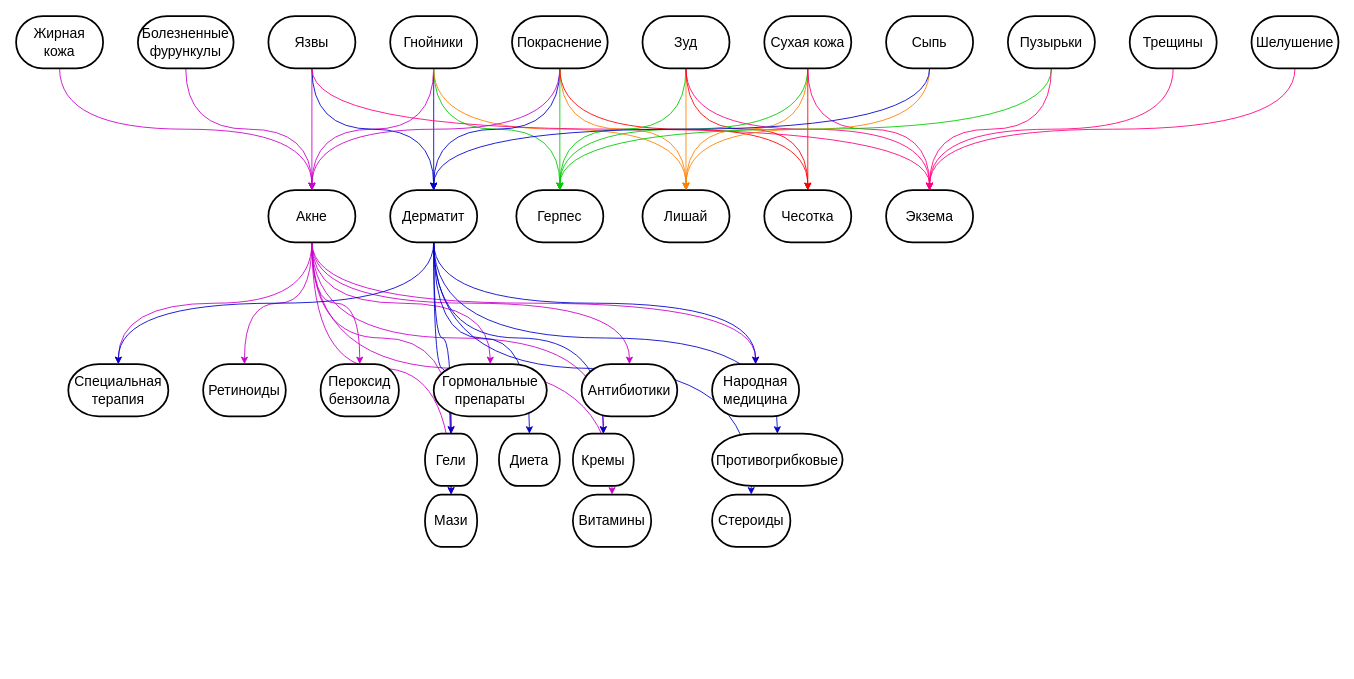
The draw.io diagram DZ2.drawio in DMfananddu/DSM, before the edit. Source tidied: cells renumbered, new cells numbered last; positions are measured from the earlier drawing's top-left corner, leaving out a move shared by most shapes. Both pictures are drawn from the tidied source at 87%, with x=0, y=0 at pixel (16, 16).
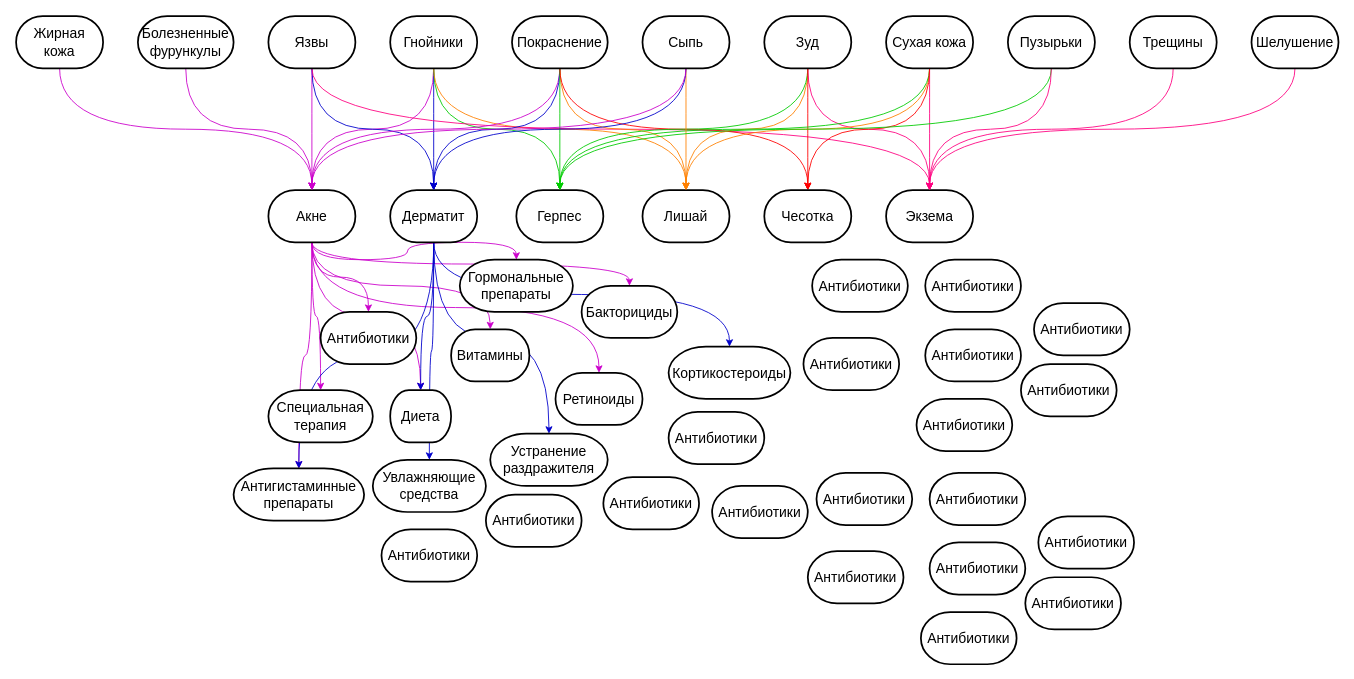
The same page after the edit.

The change refers to these unchanged cells:
```xml
<mxCell id="13" value="Акне" style="strokeWidth=2;html=1;shape=mxgraph.flowchart.terminator;whiteSpace=wrap;fontSize=16;" parent="1" vertex="1">
  <mxGeometry x="290" y="200" width="100" height="60" as="geometry" />
</mxCell>
<mxCell id="22" value="Дерматит" style="strokeWidth=2;html=1;shape=mxgraph.flowchart.terminator;whiteSpace=wrap;fontSize=16;" parent="1" vertex="1">
  <mxGeometry x="430" y="200" width="100" height="60" as="geometry" />
</mxCell>
```

Change to the diagram source:
```diff
@@
+    <mxCell id="78" style="edgeStyle=orthogonalEdgeStyle;curved=1;rounded=0;jettySize=auto;html=1;exitX=0.5;exitY=1;exitDx=0;exitDy=0;exitPerimeter=0;entryX=0.5;entryY=0;entryDx=0;entryDy=0;entryPerimeter=0;strokeColor=#CC00CC;" parent="1" edge="1" source="13" target="87">
+      <mxGeometry relative="1" as="geometry" />
+    </mxCell>
-    <mxCell id="3" style="edgeStyle=orthogonalEdgeStyle;rounded=0;jettySize=auto;html=1;exitX=0.5;exitY=1;exitDx=0;exitDy=0;exitPerimeter=0;entryX=0.5;entryY=0;entryDx=0;entryDy=0;entryPerimeter=0;strokeColor=#CC00CC;curved=1;" parent="1" edge="1" source="13" target="69">
+    <mxCell id="3" style="edgeStyle=orthogonalEdgeStyle;curved=1;rounded=0;jettySize=auto;html=1;exitX=0.5;exitY=1;exitDx=0;exitDy=0;exitPerimeter=0;entryX=0.5;entryY=0;entryDx=0;entryDy=0;entryPerimeter=0;strokeColor=#CC00CC;" parent="1" edge="1" source="13" target="69">
       <mxGeometry relative="1" as="geometry" />
     </mxCell>
+    <mxCell id="6" style="edgeStyle=orthogonalEdgeStyle;curved=1;rounded=0;jettySize=auto;html=1;exitX=0.5;exitY=1;exitDx=0;exitDy=0;exitPerimeter=0;entryX=0.5;entryY=0;entryDx=0;entryDy=0;entryPerimeter=0;strokeColor=#CC00CC;" parent="1" edge="1" source="13" target="67">
+      <mxGeometry relative="1" as="geometry" />
+    </mxCell>
+    <mxCell id="12" style="edgeStyle=orthogonalEdgeStyle;curved=1;rounded=0;jettySize=auto;html=1;exitX=0.5;exitY=1;exitDx=0;exitDy=0;exitPerimeter=0;entryX=0.5;entryY=0;entryDx=0;entryDy=0;entryPerimeter=0;strokeColor=#CC00CC;" parent="1" edge="1" source="13" target="73">
+      <mxGeometry relative="1" as="geometry" />
+    </mxCell>
+    <mxCell id="79" style="edgeStyle=orthogonalEdgeStyle;curved=1;rounded=0;jettySize=auto;html=1;exitX=0.5;exitY=1;exitDx=0;exitDy=0;exitPerimeter=0;entryX=0.5;entryY=0;entryDx=0;entryDy=0;entryPerimeter=0;strokeColor=#CC00CC;" parent="1" edge="1" source="13" target="93">
+      <mxGeometry relative="1" as="geometry" />
+    </mxCell>
@@
-    <mxCell id="5" style="edgeStyle=orthogonalEdgeStyle;curved=1;rounded=0;jettySize=auto;html=1;exitX=0.5;exitY=1;exitDx=0;exitDy=0;exitPerimeter=0;entryX=0.5;entryY=0;entryDx=0;entryDy=0;entryPerimeter=0;strokeColor=#CC00CC;" parent="1" edge="1" source="13" target="74">
-      <mxGeometry relative="1" as="geometry" />
-    </mxCell>
-    <mxCell id="6" style="edgeStyle=orthogonalEdgeStyle;curved=1;rounded=0;jettySize=auto;html=1;exitX=0.5;exitY=1;exitDx=0;exitDy=0;exitPerimeter=0;entryX=0.5;entryY=0;entryDx=0;entryDy=0;entryPerimeter=0;strokeColor=#CC00CC;" parent="1" edge="1" source="13" target="67">
-      <mxGeometry relative="1" as="geometry" />
-    </mxCell>
-    <mxCell id="7" style="edgeStyle=orthogonalEdgeStyle;curved=1;rounded=0;jettySize=auto;html=1;exitX=0.5;exitY=1;exitDx=0;exitDy=0;exitPerimeter=0;entryX=0.5;entryY=0;entryDx=0;entryDy=0;entryPerimeter=0;strokeColor=#CC00CC;" parent="1" edge="1" source="13" target="66">
-      <mxGeometry relative="1" as="geometry" />
-    </mxCell>
-    <mxCell id="8" style="edgeStyle=orthogonalEdgeStyle;curved=1;rounded=0;jettySize=auto;html=1;exitX=0.5;exitY=1;exitDx=0;exitDy=0;exitPerimeter=0;entryX=0.5;entryY=0;entryDx=0;entryDy=0;entryPerimeter=0;strokeColor=#CC00CC;" parent="1" edge="1" source="13" target="65">
-      <mxGeometry relative="1" as="geometry" />
-    </mxCell>
-    <mxCell id="9" style="edgeStyle=orthogonalEdgeStyle;curved=1;rounded=0;jettySize=auto;html=1;exitX=0.5;exitY=1;exitDx=0;exitDy=0;exitPerimeter=0;entryX=0.5;entryY=0;entryDx=0;entryDy=0;entryPerimeter=0;strokeColor=#CC00CC;" parent="1" edge="1" source="13" target="72">
-      <mxGeometry relative="1" as="geometry" />
-    </mxCell>
-    <mxCell id="10" style="edgeStyle=orthogonalEdgeStyle;curved=1;rounded=0;jettySize=auto;html=1;exitX=0.5;exitY=1;exitDx=0;exitDy=0;exitPerimeter=0;entryX=0.5;entryY=0;entryDx=0;entryDy=0;entryPerimeter=0;strokeColor=#CC00CC;" parent="1" edge="1" source="13" target="70">
-      <mxGeometry relative="1" as="geometry" />
-    </mxCell>
-    <mxCell id="11" style="edgeStyle=orthogonalEdgeStyle;curved=1;rounded=0;jettySize=auto;html=1;exitX=0.5;exitY=1;exitDx=0;exitDy=0;exitPerimeter=0;entryX=0.5;entryY=0;entryDx=0;entryDy=0;entryPerimeter=0;strokeColor=#CC00CC;" parent="1" edge="1" source="13" target="71">
-      <mxGeometry relative="1" as="geometry" />
-    </mxCell>
-    <mxCell id="12" style="edgeStyle=orthogonalEdgeStyle;curved=1;rounded=0;jettySize=auto;html=1;exitX=0.5;exitY=1;exitDx=0;exitDy=0;exitPerimeter=0;entryX=0.5;entryY=0;entryDx=0;entryDy=0;entryPerimeter=0;strokeColor=#CC00CC;" parent="1" edge="1" source="13" target="73">
-      <mxGeometry relative="1" as="geometry" />
-    </mxCell>
+    <mxCell id="80" style="edgeStyle=orthogonalEdgeStyle;curved=1;rounded=0;jettySize=auto;html=1;exitX=0.5;exitY=1;exitDx=0;exitDy=0;exitPerimeter=0;entryX=0.5;entryY=0;entryDx=0;entryDy=0;entryPerimeter=0;strokeColor=#CC00CC;" parent="1" edge="1" source="13" target="77">
+      <mxGeometry relative="1" as="geometry" />
+    </mxCell>
+    <mxCell id="81" style="edgeStyle=orthogonalEdgeStyle;curved=1;rounded=0;jettySize=auto;html=1;exitX=0.5;exitY=1;exitDx=0;exitDy=0;exitPerimeter=0;entryX=0.5;entryY=0;entryDx=0;entryDy=0;entryPerimeter=0;strokeColor=#CC00CC;" parent="1" edge="1" source="13" target="88">
+      <mxGeometry relative="1" as="geometry" />
+    </mxCell>
@@
-    <mxCell id="14" style="edgeStyle=orthogonalEdgeStyle;curved=1;rounded=0;jettySize=auto;html=1;exitX=0.5;exitY=1;exitDx=0;exitDy=0;exitPerimeter=0;entryX=0.5;entryY=0;entryDx=0;entryDy=0;entryPerimeter=0;strokeColor=#0000CC;" parent="1" edge="1" source="22" target="70">
-      <mxGeometry relative="1" as="geometry" />
-    </mxCell>
-    <mxCell id="15" style="edgeStyle=orthogonalEdgeStyle;curved=1;rounded=0;jettySize=auto;html=1;exitX=0.5;exitY=1;exitDx=0;exitDy=0;exitPerimeter=0;entryX=0.5;entryY=0;entryDx=0;entryDy=0;entryPerimeter=0;strokeColor=#0000CC;" parent="1" edge="1" source="22" target="65">
-      <mxGeometry relative="1" as="geometry" />
-    </mxCell>
-    <mxCell id="16" style="edgeStyle=orthogonalEdgeStyle;curved=1;rounded=0;jettySize=auto;html=1;exitX=0.5;exitY=1;exitDx=0;exitDy=0;exitPerimeter=0;entryX=0.5;entryY=0;entryDx=0;entryDy=0;entryPerimeter=0;strokeColor=#0000CC;" parent="1" edge="1" source="22" target="71">
-      <mxGeometry relative="1" as="geometry" />
-    </mxCell>
-    <mxCell id="17" style="edgeStyle=orthogonalEdgeStyle;curved=1;rounded=0;jettySize=auto;html=1;exitX=0.5;exitY=1;exitDx=0;exitDy=0;exitPerimeter=0;entryX=0.5;entryY=0;entryDx=0;entryDy=0;entryPerimeter=0;strokeColor=#0000CC;" parent="1" edge="1" source="22" target="69">
-      <mxGeometry relative="1" as="geometry" />
-    </mxCell>
-    <mxCell id="18" style="edgeStyle=orthogonalEdgeStyle;curved=1;rounded=0;jettySize=auto;html=1;exitX=0.5;exitY=1;exitDx=0;exitDy=0;exitPerimeter=0;entryX=0.5;entryY=0;entryDx=0;entryDy=0;entryPerimeter=0;strokeColor=#0000CC;" parent="1" edge="1" source="22" target="75">
-      <mxGeometry relative="1" as="geometry" />
-    </mxCell>
-    <mxCell id="19" style="edgeStyle=orthogonalEdgeStyle;curved=1;rounded=0;jettySize=auto;html=1;exitX=0.5;exitY=1;exitDx=0;exitDy=0;exitPerimeter=0;entryX=0.5;entryY=0;entryDx=0;entryDy=0;entryPerimeter=0;strokeColor=#0000CC;" parent="1" edge="1" source="22" target="76">
-      <mxGeometry relative="1" as="geometry" />
-    </mxCell>
+    <mxCell id="82" style="edgeStyle=orthogonalEdgeStyle;curved=1;rounded=0;jettySize=auto;html=1;exitX=0.5;exitY=1;exitDx=0;exitDy=0;exitPerimeter=0;entryX=0.5;entryY=0;entryDx=0;entryDy=0;entryPerimeter=0;strokeColor=#0000CC;" parent="1" edge="1" source="22" target="88">
+      <mxGeometry relative="1" as="geometry" />
+    </mxCell>
@@
-    <mxCell id="21" style="edgeStyle=orthogonalEdgeStyle;curved=1;rounded=0;jettySize=auto;html=1;exitX=0.5;exitY=1;exitDx=0;exitDy=0;exitPerimeter=0;entryX=0.5;entryY=0;entryDx=0;entryDy=0;entryPerimeter=0;strokeColor=#0000CC;" parent="1" edge="1" source="22" target="72">
-      <mxGeometry relative="1" as="geometry" />
-    </mxCell>
+    <mxCell id="83" style="edgeStyle=orthogonalEdgeStyle;curved=1;rounded=0;jettySize=auto;html=1;exitX=0.5;exitY=1;exitDx=0;exitDy=0;exitPerimeter=0;entryX=0.5;entryY=0;entryDx=0;entryDy=0;entryPerimeter=0;strokeColor=#0000CC;" parent="1" edge="1" source="22" target="89">
+      <mxGeometry relative="1" as="geometry" />
+    </mxCell>
+    <mxCell id="84" style="edgeStyle=orthogonalEdgeStyle;curved=1;rounded=0;jettySize=auto;html=1;exitX=0.5;exitY=1;exitDx=0;exitDy=0;exitPerimeter=0;entryX=0.5;entryY=0;entryDx=0;entryDy=0;entryPerimeter=0;strokeColor=#0000CC;" parent="1" edge="1" source="22" target="96">
+      <mxGeometry relative="1" as="geometry" />
+    </mxCell>
+    <mxCell id="85" style="edgeStyle=orthogonalEdgeStyle;curved=1;rounded=0;jettySize=auto;html=1;exitX=0.5;exitY=1;exitDx=0;exitDy=0;exitPerimeter=0;entryX=0.5;entryY=0;entryDx=0;entryDy=0;entryPerimeter=0;strokeColor=#0000CC;" parent="1" edge="1" source="22" target="94">
+      <mxGeometry relative="1" as="geometry" />
+    </mxCell>
@@
     <mxCell id="48" value="Зуд" style="strokeWidth=2;html=1;shape=mxgraph.flowchart.terminator;whiteSpace=wrap;fontSize=16;" parent="1" vertex="1">
-      <mxGeometry x="720" width="100" height="60" as="geometry" />
+      <mxGeometry x="860" width="100" height="60" as="geometry" />
     </mxCell>
@@
     <mxCell id="53" value="Сухая кожа" style="strokeWidth=2;html=1;shape=mxgraph.flowchart.terminator;whiteSpace=wrap;fontSize=16;" parent="1" vertex="1">
-      <mxGeometry x="860" width="100" height="60" as="geometry" />
+      <mxGeometry x="1000" width="100" height="60" as="geometry" />
     </mxCell>
@@
+    <mxCell id="86" style="edgeStyle=orthogonalEdgeStyle;rounded=0;jettySize=auto;html=1;exitX=0.5;exitY=1;exitDx=0;exitDy=0;exitPerimeter=0;entryX=0.5;entryY=0;entryDx=0;entryDy=0;entryPerimeter=0;curved=1;strokeColor=#CC00CC;" parent="1" edge="1" source="56" target="13">
+      <mxGeometry relative="1" as="geometry" />
+    </mxCell>
     <mxCell id="56" value="Сыпь" style="strokeWidth=2;html=1;shape=mxgraph.flowchart.terminator;whiteSpace=wrap;fontSize=16;" parent="1" vertex="1">
-      <mxGeometry x="1000" width="100" height="60" as="geometry" />
+      <mxGeometry x="720" width="100" height="60" as="geometry" />
     </mxCell>
@@
-    <mxCell id="65" value="Народная медицина" style="strokeWidth=2;html=1;shape=mxgraph.flowchart.terminator;whiteSpace=wrap;fontSize=16;" parent="1" vertex="1">
-      <mxGeometry x="800" y="400" width="100" height="60" as="geometry" />
-    </mxCell>
-    <mxCell id="66" value="Антибиотики" style="strokeWidth=2;html=1;shape=mxgraph.flowchart.terminator;whiteSpace=wrap;fontSize=16;" parent="1" vertex="1">
-      <mxGeometry x="650" y="400" width="110" height="60" as="geometry" />
-    </mxCell>
+    <mxCell id="87" value="Антибиотики" style="strokeWidth=2;html=1;shape=mxgraph.flowchart.terminator;whiteSpace=wrap;fontSize=16;" parent="1" vertex="1">
+      <mxGeometry x="350" y="340" width="110" height="60" as="geometry" />
+    </mxCell>
+    <mxCell id="69" value="Специальная терапия" style="strokeWidth=2;html=1;shape=mxgraph.flowchart.terminator;whiteSpace=wrap;fontSize=16;" parent="1" vertex="1">
+      <mxGeometry x="290" y="430" width="120" height="60" as="geometry" />
+    </mxCell>
+    <mxCell id="88" value="Антигистаминные препараты" style="strokeWidth=2;html=1;shape=mxgraph.flowchart.terminator;whiteSpace=wrap;fontSize=16;" parent="1" vertex="1">
+      <mxGeometry x="250" y="520" width="150" height="60" as="geometry" />
+    </mxCell>
+    <mxCell id="89" value="Увлажняющие средства" style="strokeWidth=2;html=1;shape=mxgraph.flowchart.terminator;whiteSpace=wrap;fontSize=16;" parent="1" vertex="1">
+      <mxGeometry x="410" y="510" width="130" height="60" as="geometry" />
+    </mxCell>
+    <mxCell id="77" value="Диета" style="strokeWidth=2;html=1;shape=mxgraph.flowchart.terminator;whiteSpace=wrap;fontSize=16;" parent="1" vertex="1">
+      <mxGeometry x="430" y="430" width="70" height="60" as="geometry" />
+    </mxCell>
+    <mxCell id="73" value="Витамины" style="strokeWidth=2;html=1;shape=mxgraph.flowchart.terminator;whiteSpace=wrap;fontSize=16;" parent="1" vertex="1">
+      <mxGeometry x="500" y="360" width="90" height="60" as="geometry" />
+    </mxCell>
+    <mxCell id="68" value="Ретиноиды" style="strokeWidth=2;html=1;shape=mxgraph.flowchart.terminator;whiteSpace=wrap;fontSize=16;" parent="1" vertex="1">
+      <mxGeometry x="620" y="410" width="100" height="60" as="geometry" />
+    </mxCell>
     <mxCell id="67" value="Гормональные препараты" style="strokeWidth=2;html=1;shape=mxgraph.flowchart.terminator;whiteSpace=wrap;fontSize=16;" parent="1" vertex="1">
-      <mxGeometry x="480" y="400" width="130" height="60" as="geometry" />
+      <mxGeometry x="510" y="280" width="130" height="60" as="geometry" />
     </mxCell>
-    <mxCell id="68" value="Ретиноиды" style="strokeWidth=2;html=1;shape=mxgraph.flowchart.terminator;whiteSpace=wrap;fontSize=16;" parent="1" vertex="1">
-      <mxGeometry x="215" y="400" width="95" height="60" as="geometry" />
-    </mxCell>
-    <mxCell id="69" value="Специальная терапия" style="strokeWidth=2;html=1;shape=mxgraph.flowchart.terminator;whiteSpace=wrap;fontSize=16;" parent="1" vertex="1">
-      <mxGeometry x="60" y="400" width="115" height="60" as="geometry" />
-    </mxCell>
-    <mxCell id="70" value="Кремы" style="strokeWidth=2;html=1;shape=mxgraph.flowchart.terminator;whiteSpace=wrap;fontSize=16;" parent="1" vertex="1">
-      <mxGeometry x="640" y="480" width="70" height="60" as="geometry" />
-    </mxCell>
-    <mxCell id="71" value="Мази" style="strokeWidth=2;html=1;shape=mxgraph.flowchart.terminator;whiteSpace=wrap;fontSize=16;" parent="1" vertex="1">
-      <mxGeometry x="470" y="550" width="60" height="60" as="geometry" />
-    </mxCell>
-    <mxCell id="72" value="Гели" style="strokeWidth=2;html=1;shape=mxgraph.flowchart.terminator;whiteSpace=wrap;fontSize=16;" parent="1" vertex="1">
-      <mxGeometry x="470" y="480" width="60" height="60" as="geometry" />
-    </mxCell>
-    <mxCell id="73" value="Витамины" style="strokeWidth=2;html=1;shape=mxgraph.flowchart.terminator;whiteSpace=wrap;fontSize=16;" parent="1" vertex="1">
-      <mxGeometry x="640" y="550" width="90" height="60" as="geometry" />
-    </mxCell>
-    <mxCell id="74" value="Пероксид бензоила" style="strokeWidth=2;html=1;shape=mxgraph.flowchart.terminator;whiteSpace=wrap;fontSize=16;" parent="1" vertex="1">
-      <mxGeometry x="350" y="400" width="90" height="60" as="geometry" />
-    </mxCell>
-    <mxCell id="75" value="Противогрибковые" style="strokeWidth=2;html=1;shape=mxgraph.flowchart.terminator;whiteSpace=wrap;fontSize=16;" parent="1" vertex="1">
-      <mxGeometry x="800" y="480" width="150" height="60" as="geometry" />
-    </mxCell>
-    <mxCell id="76" value="Стероиды" style="strokeWidth=2;html=1;shape=mxgraph.flowchart.terminator;whiteSpace=wrap;fontSize=16;" parent="1" vertex="1">
-      <mxGeometry x="800" y="550" width="90" height="60" as="geometry" />
-    </mxCell>
-    <mxCell id="77" value="Диета" style="strokeWidth=2;html=1;shape=mxgraph.flowchart.terminator;whiteSpace=wrap;fontSize=16;" parent="1" vertex="1">
-      <mxGeometry x="555" y="480" width="70" height="60" as="geometry" />
-    </mxCell>
+    <mxCell id="90" value="Антибиотики" style="strokeWidth=2;html=1;shape=mxgraph.flowchart.terminator;whiteSpace=wrap;fontSize=16;" parent="1" vertex="1">
+      <mxGeometry x="675" y="530" width="110" height="60" as="geometry" />
+    </mxCell>
+    <mxCell id="91" value="Антибиотики" style="strokeWidth=2;html=1;shape=mxgraph.flowchart.terminator;whiteSpace=wrap;fontSize=16;" parent="1" vertex="1">
+      <mxGeometry x="540" y="550" width="110" height="60" as="geometry" />
+    </mxCell>
+    <mxCell id="92" value="Антибиотики" style="strokeWidth=2;html=1;shape=mxgraph.flowchart.terminator;whiteSpace=wrap;fontSize=16;" parent="1" vertex="1">
+      <mxGeometry x="420" y="590" width="110" height="60" as="geometry" />
+    </mxCell>
+    <mxCell id="93" value="Бакторициды" style="strokeWidth=2;html=1;shape=mxgraph.flowchart.terminator;whiteSpace=wrap;fontSize=16;" parent="1" vertex="1">
+      <mxGeometry x="650" y="310" width="110" height="60" as="geometry" />
+    </mxCell>
+    <mxCell id="94" value="Кортикостероиды" style="strokeWidth=2;html=1;shape=mxgraph.flowchart.terminator;whiteSpace=wrap;fontSize=16;" parent="1" vertex="1">
+      <mxGeometry x="750" y="380" width="140" height="60" as="geometry" />
+    </mxCell>
+    <mxCell id="95" value="Антибиотики" style="strokeWidth=2;html=1;shape=mxgraph.flowchart.terminator;whiteSpace=wrap;fontSize=16;" parent="1" vertex="1">
+      <mxGeometry x="750" y="455" width="110" height="60" as="geometry" />
+    </mxCell>
+    <mxCell id="96" value="Устранение раздражителя" style="strokeWidth=2;html=1;shape=mxgraph.flowchart.terminator;whiteSpace=wrap;fontSize=16;" parent="1" vertex="1">
+      <mxGeometry x="545" y="480" width="135" height="60" as="geometry" />
+    </mxCell>
+    <mxCell id="97" value="Антибиотики" style="strokeWidth=2;html=1;shape=mxgraph.flowchart.terminator;whiteSpace=wrap;fontSize=16;" parent="1" vertex="1">
+      <mxGeometry x="800" y="540" width="110" height="60" as="geometry" />
+    </mxCell>
+    <mxCell id="98" value="Антибиотики" style="strokeWidth=2;html=1;shape=mxgraph.flowchart.terminator;whiteSpace=wrap;fontSize=16;" parent="1" vertex="1">
+      <mxGeometry x="915" y="280" width="110" height="60" as="geometry" />
+    </mxCell>
+    <mxCell id="99" value="Антибиотики" style="strokeWidth=2;html=1;shape=mxgraph.flowchart.terminator;whiteSpace=wrap;fontSize=16;" parent="1" vertex="1">
+      <mxGeometry x="905" y="370" width="110" height="60" as="geometry" />
+    </mxCell>
+    <mxCell id="100" value="Антибиотики" style="strokeWidth=2;html=1;shape=mxgraph.flowchart.terminator;whiteSpace=wrap;fontSize=16;" parent="1" vertex="1">
+      <mxGeometry x="1045" y="360" width="110" height="60" as="geometry" />
+    </mxCell>
+    <mxCell id="101" value="Антибиотики" style="strokeWidth=2;html=1;shape=mxgraph.flowchart.terminator;whiteSpace=wrap;fontSize=16;" parent="1" vertex="1">
+      <mxGeometry x="1045" y="280" width="110" height="60" as="geometry" />
+    </mxCell>
+    <mxCell id="102" value="Антибиотики" style="strokeWidth=2;html=1;shape=mxgraph.flowchart.terminator;whiteSpace=wrap;fontSize=16;" parent="1" vertex="1">
+      <mxGeometry x="1155" y="400" width="110" height="60" as="geometry" />
+    </mxCell>
+    <mxCell id="103" value="Антибиотики" style="strokeWidth=2;html=1;shape=mxgraph.flowchart.terminator;whiteSpace=wrap;fontSize=16;" parent="1" vertex="1">
+      <mxGeometry x="1035" y="440" width="110" height="60" as="geometry" />
+    </mxCell>
+    <mxCell id="104" value="Антибиотики" style="strokeWidth=2;html=1;shape=mxgraph.flowchart.terminator;whiteSpace=wrap;fontSize=16;" parent="1" vertex="1">
+      <mxGeometry x="1170" y="330" width="110" height="60" as="geometry" />
+    </mxCell>
+    <mxCell id="105" value="Антибиотики" style="strokeWidth=2;html=1;shape=mxgraph.flowchart.terminator;whiteSpace=wrap;fontSize=16;" parent="1" vertex="1">
+      <mxGeometry x="920" y="525" width="110" height="60" as="geometry" />
+    </mxCell>
+    <mxCell id="106" value="Антибиотики" style="strokeWidth=2;html=1;shape=mxgraph.flowchart.terminator;whiteSpace=wrap;fontSize=16;" parent="1" vertex="1">
+      <mxGeometry x="910" y="615" width="110" height="60" as="geometry" />
+    </mxCell>
+    <mxCell id="107" value="Антибиотики" style="strokeWidth=2;html=1;shape=mxgraph.flowchart.terminator;whiteSpace=wrap;fontSize=16;" parent="1" vertex="1">
+      <mxGeometry x="1050" y="605" width="110" height="60" as="geometry" />
+    </mxCell>
+    <mxCell id="108" value="Антибиотики" style="strokeWidth=2;html=1;shape=mxgraph.flowchart.terminator;whiteSpace=wrap;fontSize=16;" parent="1" vertex="1">
+      <mxGeometry x="1050" y="525" width="110" height="60" as="geometry" />
+    </mxCell>
+    <mxCell id="109" value="Антибиотики" style="strokeWidth=2;html=1;shape=mxgraph.flowchart.terminator;whiteSpace=wrap;fontSize=16;" parent="1" vertex="1">
+      <mxGeometry x="1160" y="645" width="110" height="60" as="geometry" />
+    </mxCell>
+    <mxCell id="110" value="Антибиотики" style="strokeWidth=2;html=1;shape=mxgraph.flowchart.terminator;whiteSpace=wrap;fontSize=16;" parent="1" vertex="1">
+      <mxGeometry x="1040" y="685" width="110" height="60" as="geometry" />
+    </mxCell>
+    <mxCell id="111" value="Антибиотики" style="strokeWidth=2;html=1;shape=mxgraph.flowchart.terminator;whiteSpace=wrap;fontSize=16;" parent="1" vertex="1">
+      <mxGeometry x="1175" y="575" width="110" height="60" as="geometry" />
+    </mxCell>
```
